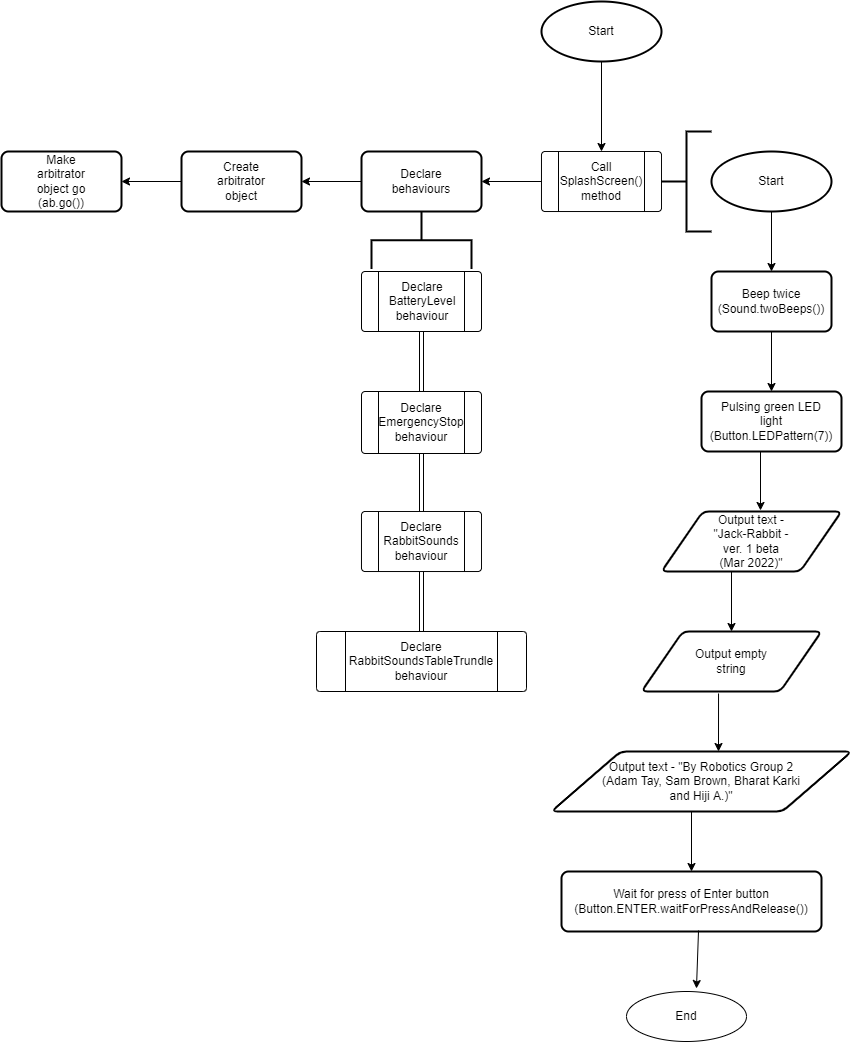
XLmT09/Bunny-Robot keeps this draw.io diagram as Final submission/ControlFlow.png. Above is the earlier version. Source tidied: cells renumbered, new cells last; positions are measured from the earlier drawing's top-left corner, leaving out a move shared by most shapes.
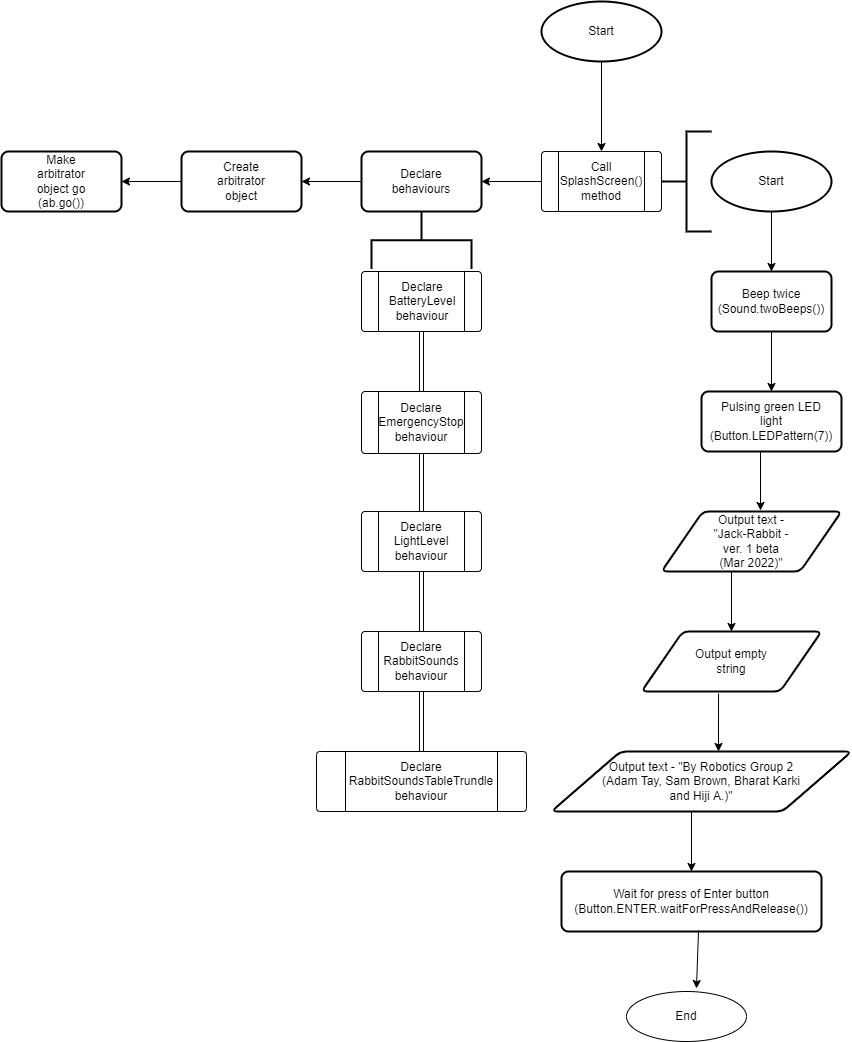
The same diagram one commit later.

Diff of the diagram source:
```diff
@@ -163,7 +163,7 @@
       <mxGeometry x="31" y="15" width="60" height="30" as="geometry" />
     </mxCell>
     <mxCell id="52" style="group;" parent="1" vertex="1">
-      <mxGeometry x="360" y="510" width="120" height="60" as="geometry" />
+      <mxGeometry x="360" y="630" width="120" height="60" as="geometry" />
     </mxCell>
     <mxCell id="53" style="verticalLabelPosition=bottom;verticalAlign=top;html=1;shape=process;whiteSpace=wrap;rounded=1;size=0.14;arcSize=6;hachureGap=4;" parent="52" vertex="1">
       <mxGeometry width="120" height="60" as="geometry" />
@@ -171,9 +171,6 @@
     <mxCell id="54" value="Declare RabbitSounds behaviour" style="text;strokeColor=none;fillColor=none;html=1;align=center;verticalAlign=middle;whiteSpace=wrap;rounded=0;hachureGap=4;" parent="52" vertex="1">
       <mxGeometry x="30" y="15" width="60" height="30" as="geometry" />
     </mxCell>
-    <mxCell id="55" style="rounded=0;jettySize=auto;html=1;exitX=0.5;exitY=1;exitDx=0;exitDy=0;entryX=0.5;entryY=0;entryDx=0;entryDy=0;endArrow=open;sourcePerimeterSpacing=8;targetPerimeterSpacing=8;shape=link;" parent="1" edge="1" source="47" target="53">
-      <mxGeometry relative="1" as="geometry" />
-    </mxCell>
     <mxCell id="56" style="edgeStyle=none;shape=link;rounded=0;jettySize=auto;html=1;exitX=0.5;exitY=1;exitDx=0;exitDy=0;entryX=0.5;entryY=0;entryDx=0;entryDy=0;endArrow=open;sourcePerimeterSpacing=8;targetPerimeterSpacing=8;" parent="1" edge="1" source="50" target="47">
       <mxGeometry relative="1" as="geometry" />
     </mxCell>
@@ -181,7 +178,7 @@
       <mxGeometry relative="1" as="geometry" />
     </mxCell>
     <mxCell id="58" style="group;" parent="1" vertex="1">
-      <mxGeometry x="315" y="630" width="210" height="60" as="geometry" />
+      <mxGeometry x="315" y="750" width="210" height="60" as="geometry" />
     </mxCell>
     <mxCell id="59" style="verticalLabelPosition=bottom;verticalAlign=top;html=1;shape=process;whiteSpace=wrap;rounded=1;size=0.14;arcSize=6;hachureGap=4;" parent="58" vertex="1">
       <mxGeometry width="210" height="60" as="geometry" />
@@ -213,5 +210,20 @@
     <mxCell id="68" value="Make arbitrator object go (ab.go())" style="text;strokeColor=none;fillColor=none;html=1;align=center;verticalAlign=middle;whiteSpace=wrap;rounded=0;hachureGap=4;" parent="66" vertex="1">
       <mxGeometry x="30" y="15" width="60" height="30" as="geometry" />
     </mxCell>
+    <mxCell id="69" style="group;" parent="1" vertex="1">
+      <mxGeometry x="360" y="510" width="120" height="60" as="geometry" />
+    </mxCell>
+    <mxCell id="70" style="verticalLabelPosition=bottom;verticalAlign=top;html=1;shape=process;whiteSpace=wrap;rounded=1;size=0.14;arcSize=6;hachureGap=4;" parent="69" vertex="1">
+      <mxGeometry width="120" height="60" as="geometry" />
+    </mxCell>
+    <mxCell id="71" value="Declare LightLevel behaviour" style="text;strokeColor=none;fillColor=none;html=1;align=center;verticalAlign=middle;whiteSpace=wrap;rounded=0;hachureGap=4;" parent="69" vertex="1">
+      <mxGeometry x="30" y="15" width="60" height="30" as="geometry" />
+    </mxCell>
+    <mxCell id="72" style="edgeStyle=none;rounded=0;jettySize=auto;html=1;exitX=0.5;exitY=1;exitDx=0;exitDy=0;entryX=0.5;entryY=0;entryDx=0;entryDy=0;endArrow=open;sourcePerimeterSpacing=8;targetPerimeterSpacing=8;shape=link;" parent="1" edge="1" source="47" target="70">
+      <mxGeometry relative="1" as="geometry" />
+    </mxCell>
+    <mxCell id="73" style="edgeStyle=none;shape=link;rounded=0;jettySize=auto;html=1;exitX=0.5;exitY=1;exitDx=0;exitDy=0;entryX=0.5;entryY=0;entryDx=0;entryDy=0;endArrow=open;sourcePerimeterSpacing=8;targetPerimeterSpacing=8;" parent="1" edge="1" source="70" target="53">
+      <mxGeometry relative="1" as="geometry" />
+    </mxCell>
   </root>
 </mxGraphModel>
```
